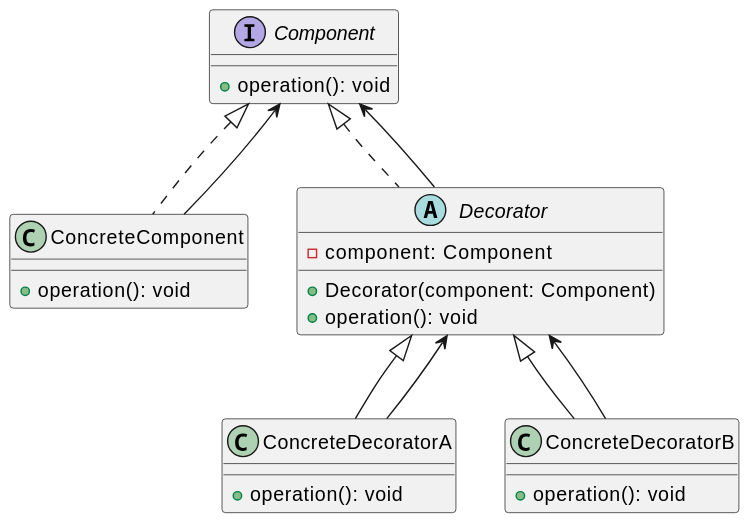
Above: out/patterns/decorator/decorator.svg in KubEF/architecture-learn-materials (PlantUML), before the change. Its diagram source:
```plantuml
@startuml
interface Component {
    +operation(): void
}

class ConcreteComponent implements Component {
    +operation(): void
}

abstract class Decorator implements Component {
    -component: Component
    +Decorator(component: Component)
    +operation(): void
}

class ConcreteDecoratorA extends Decorator {
    +operation(): void
}

class ConcreteDecoratorB extends Decorator {
    +operation(): void
}

ConcreteComponent --> Component
Decorator --> Component
ConcreteDecoratorA --> Decorator
ConcreteDecoratorB --> Decorator
@enduml
```
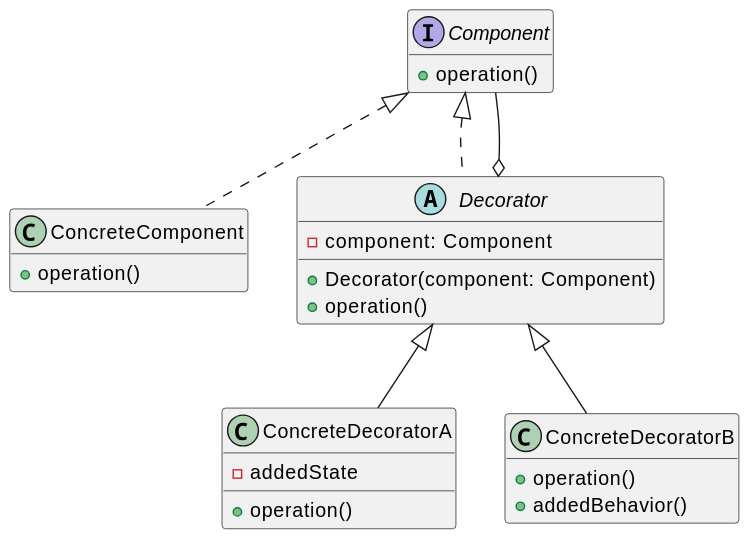
Later version of the same file.

Diff of the diagram source:
```diff
@@ -1,28 +1,28 @@
 @startuml
+hide empty members
 interface Component {
-    +operation(): void
+    +operation()
 }
 
 class ConcreteComponent implements Component {
-    +operation(): void
+    +operation()
 }
 
 abstract class Decorator implements Component {
     -component: Component
     +Decorator(component: Component)
-    +operation(): void
+    +operation()
 }
 
 class ConcreteDecoratorA extends Decorator {
-    +operation(): void
+    -addedState
+    +operation()
 }
 
 class ConcreteDecoratorB extends Decorator {
-    +operation(): void
+    +operation()
+    +addedBehavior()
 }
 
-ConcreteComponent --> Component
-Decorator --> Component
-ConcreteDecoratorA --> Decorator
-ConcreteDecoratorB --> Decorator
+Decorator o-- Component
 @enduml
```
